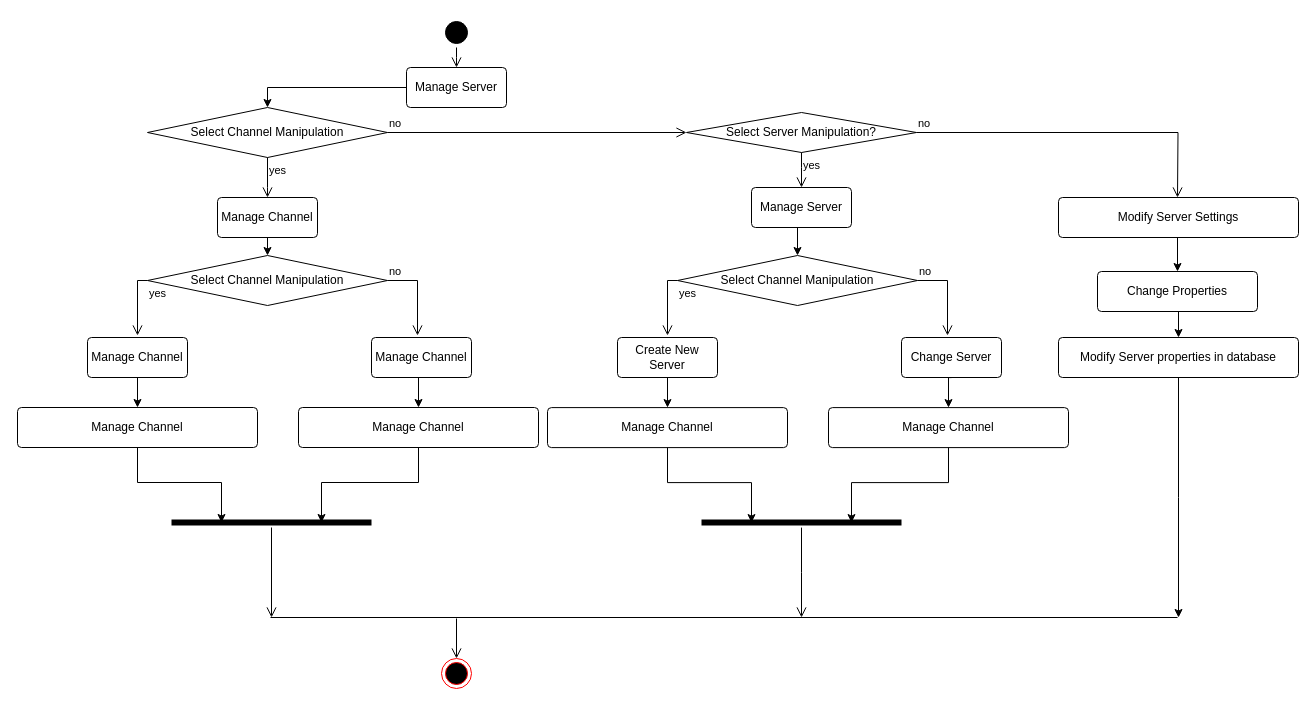
Harshul1484/BMP- keeps this draw.io diagram as Activity Diagram/Server Management Module.drawio. Above is the earlier version. Source tidied: cells renumbered, new cells numbered last; positions are measured from the earlier drawing's top-left corner, leaving out a move shared by most shapes. Both pictures are drawn from the tidied source at 100%, with x=0, y=0 at pixel (17, 17).
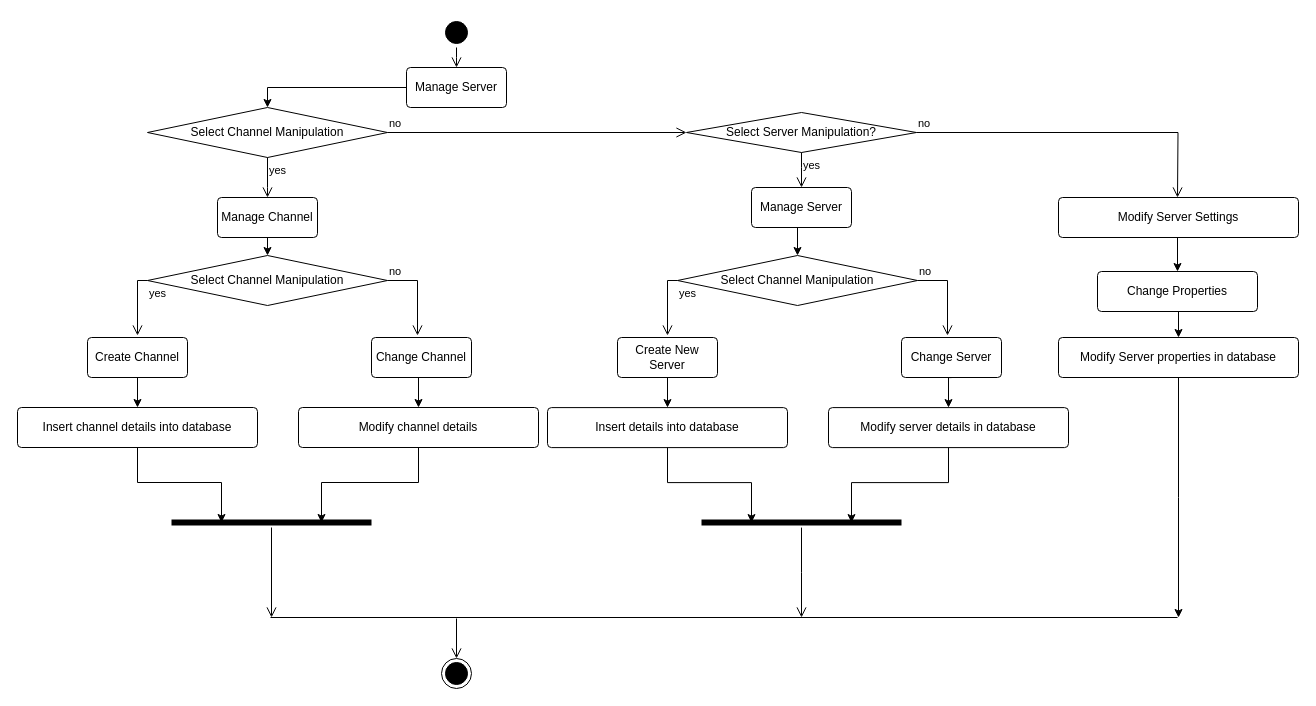
The same diagram, later.

Change to the diagram source:
```diff
@@
-    <mxCell id="20" value="Manage Channel" style="rounded=1;arcSize=10;whiteSpace=wrap;html=1;align=center;" parent="1" vertex="1">
+    <mxCell id="20" value="Create Channel" style="rounded=1;arcSize=10;whiteSpace=wrap;html=1;align=center;" parent="1" vertex="1">
       <mxGeometry x="70" y="320" width="100" height="40" as="geometry" />
     </mxCell>
@@
-    <mxCell id="22" value="Manage Channel" style="rounded=1;arcSize=10;whiteSpace=wrap;html=1;align=center;" parent="1" vertex="1">
+    <mxCell id="22" value="Change Channel" style="rounded=1;arcSize=10;whiteSpace=wrap;html=1;align=center;" parent="1" vertex="1">
       <mxGeometry x="354" y="320" width="100" height="40" as="geometry" />
     </mxCell>
-    <mxCell id="23" value="Manage Channel" style="rounded=1;arcSize=10;whiteSpace=wrap;html=1;align=center;" parent="1" vertex="1">
+    <mxCell id="23" value="Insert channel details into database" style="rounded=1;arcSize=10;whiteSpace=wrap;html=1;align=center;" parent="1" vertex="1">
       <mxGeometry y="390" width="240" height="40" as="geometry" />
     </mxCell>
-    <mxCell id="24" value="Manage Channel" style="rounded=1;arcSize=10;whiteSpace=wrap;html=1;align=center;" parent="1" vertex="1">
+    <mxCell id="24" value="Modify channel details" style="rounded=1;arcSize=10;whiteSpace=wrap;html=1;align=center;" parent="1" vertex="1">
       <mxGeometry x="281" y="390" width="240" height="40" as="geometry" />
     </mxCell>
@@
-    <mxCell id="29" style="ellipse;html=1;shape=endState;fillColor=#000000;strokeColor=#ff0000;" parent="1" vertex="1">
+    <mxCell id="29" style="ellipse;html=1;shape=endState;fillColor=#000000;strokeColor=#000000;" parent="1" vertex="1">
       <mxGeometry x="424" y="641" width="30" height="30" as="geometry" />
     </mxCell>
@@
-    <mxCell id="38" value="Manage Channel" style="rounded=1;arcSize=10;whiteSpace=wrap;html=1;align=center;" parent="1" vertex="1">
+    <mxCell id="38" value="Insert details into database" style="rounded=1;arcSize=10;whiteSpace=wrap;html=1;align=center;" parent="1" vertex="1">
       <mxGeometry x="530" y="390.1" width="240" height="40" as="geometry" />
     </mxCell>
-    <mxCell id="39" value="Manage Channel" style="rounded=1;arcSize=10;whiteSpace=wrap;html=1;align=center;" parent="1" vertex="1">
+    <mxCell id="39" value="Modify server details in database" style="rounded=1;arcSize=10;whiteSpace=wrap;html=1;align=center;" parent="1" vertex="1">
       <mxGeometry x="811" y="390.1" width="240" height="40" as="geometry" />
     </mxCell>
```
